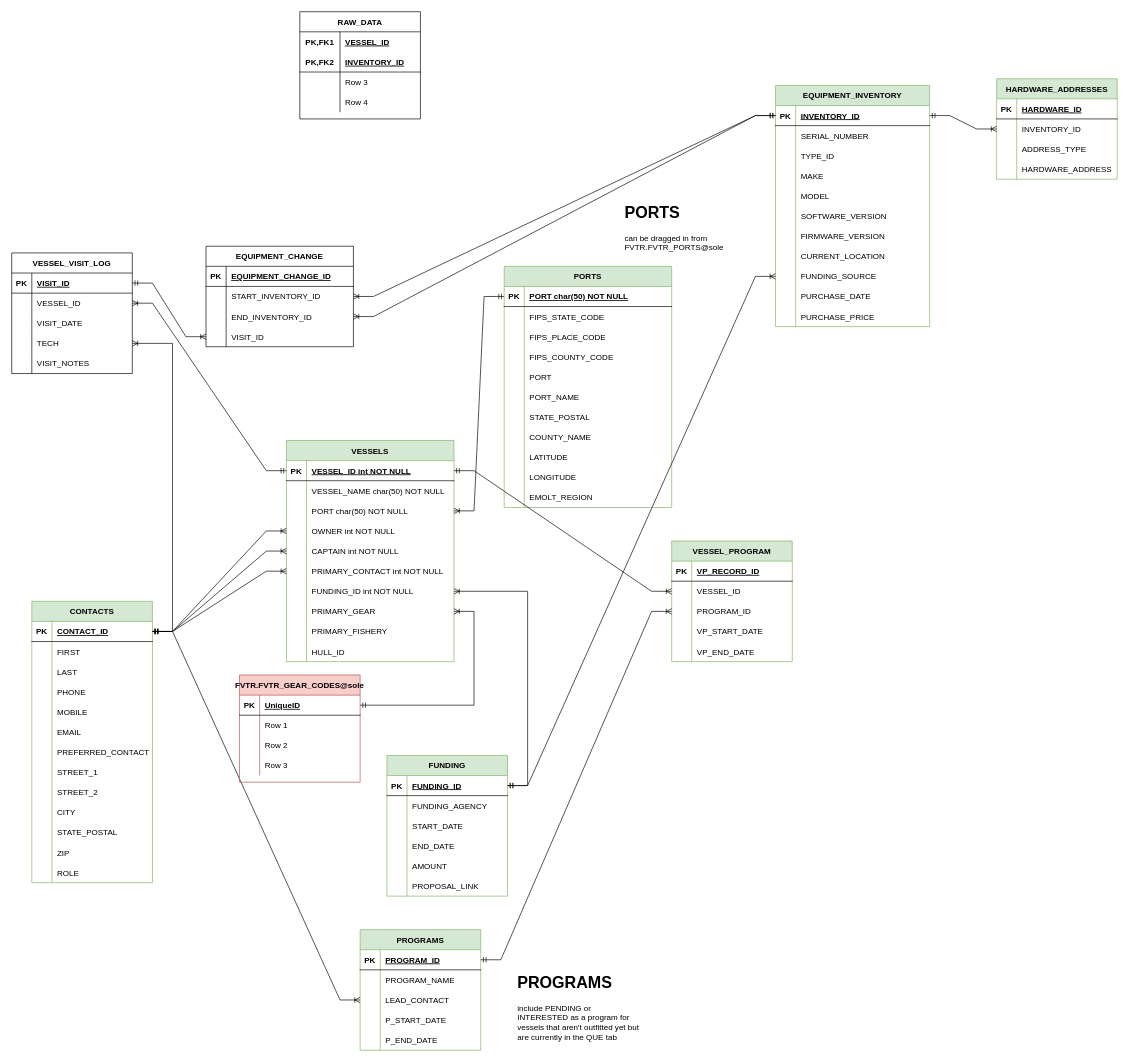
GMaynard1/emolt_project_management keeps this draw.io diagram as eMOLT.drawio. Above is the earlier version. Source tidied: cells renumbered, new cells numbered last; positions are measured from the earlier drawing's top-left corner, leaving out a move shared by most shapes. Both pictures are drawn from the tidied source at 67%, with x=0, y=0 at pixel (11, 11).
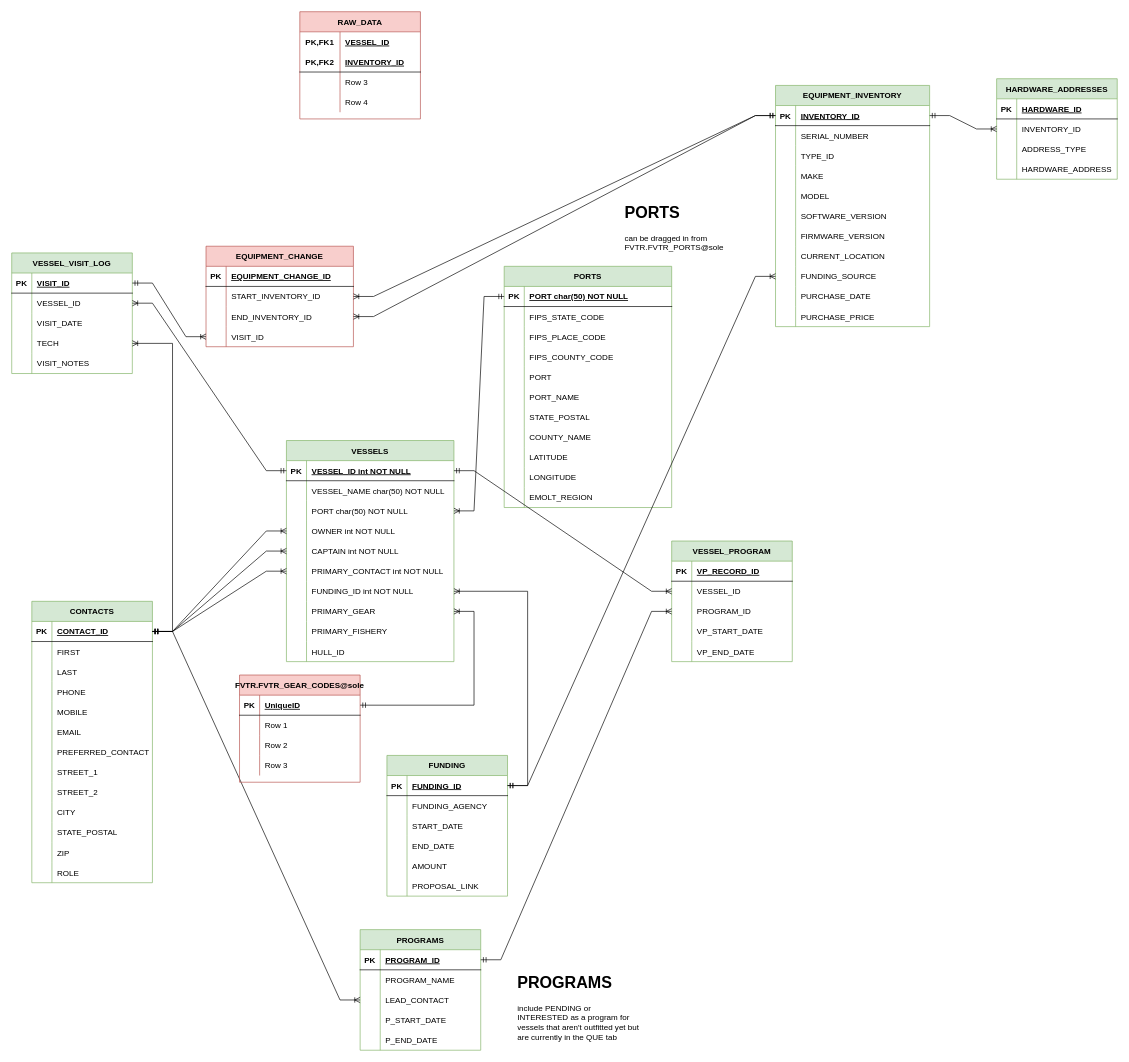
Above is the later version.

Change to the diagram source:
```diff
@@
-    <mxCell id="148" value="VESSEL_VISIT_LOG" style="shape=table;startSize=30;childLayout=tableLayout;rowLines=0;fontStyle=1;align=center;" parent="1" vertex="1">
+    <mxCell id="148" value="VESSEL_VISIT_LOG" style="shape=table;startSize=30;childLayout=tableLayout;rowLines=0;fontStyle=1;align=center;fillColor=#d5e8d4;strokeColor=#82b366;" parent="1" vertex="1">
       <mxGeometry y="360" width="180" height="180" as="geometry" />
     </mxCell>
@@
-    <mxCell id="166" value="EQUIPMENT_CHANGE" style="shape=table;startSize=30;childLayout=tableLayout;rowLines=0;fontStyle=1;align=center;" parent="1" vertex="1">
+    <mxCell id="166" value="EQUIPMENT_CHANGE" style="shape=table;startSize=30;childLayout=tableLayout;rowLines=0;fontStyle=1;align=center;fillColor=#f8cecc;strokeColor=#b85450;" parent="1" vertex="1">
       <mxGeometry x="290" y="350" width="220" height="150" as="geometry" />
     </mxCell>
@@
-    <mxCell id="251" value="RAW_DATA" style="shape=table;startSize=30;childLayout=tableLayout;rowLines=0;fontStyle=1;align=center;" parent="1" vertex="1">
+    <mxCell id="251" value="RAW_DATA" style="shape=table;startSize=30;childLayout=tableLayout;rowLines=0;fontStyle=1;align=center;fillColor=#f8cecc;strokeColor=#b85450;" parent="1" vertex="1">
       <mxGeometry x="430" width="180" height="160" as="geometry" />
     </mxCell>
```
